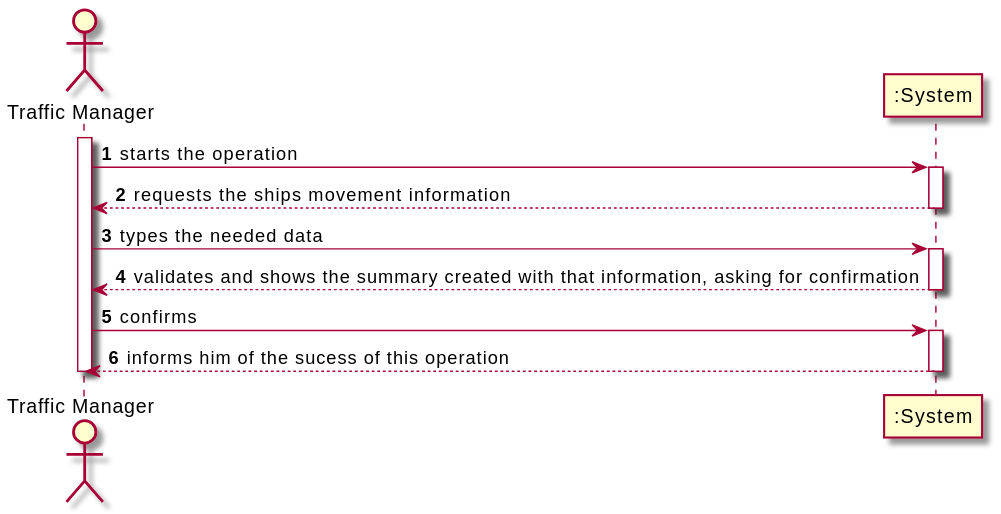
Above: docs/Sprint1/US104/US104-SSD.svg in Diogosadias/LEI_PI_SEM3 (PlantUML), before the change. Source of this version:
```plantuml
@startuml
autonumber
actor "Traffic Manager" as UNR

activate UNR
UNR -> ":System" : starts the operation
activate ":System"
":System" --> UNR : requests the ships movement information
deactivate ":System"


UNR -> ":System" : types the needed data
activate ":System"
":System" --> UNR : validates and shows the summary created with that information, asking for confirmation
deactivate ":System"

UNR -> ":System" : confirms
activate ":System"
":System" --> UNR : informs him of the sucess of this operation
deactivate ":System"

deactivate UNR
@enduml
```
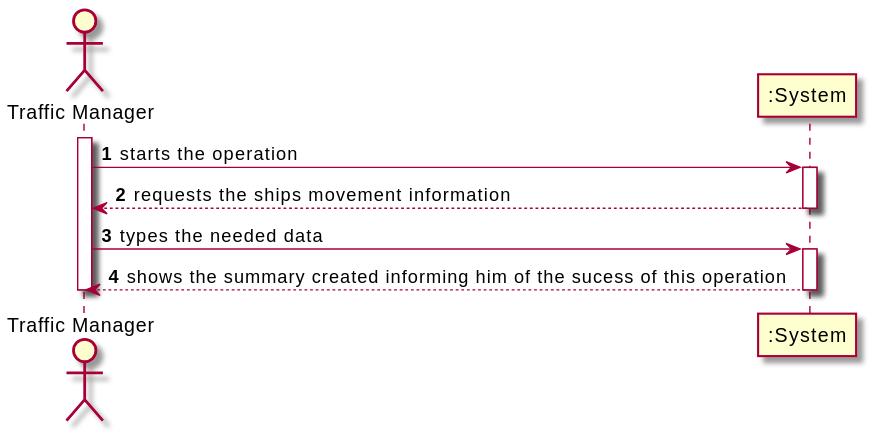
The same file after the commit.

Commit message:
LAP22G31-36 #comment SSD minor changes

What changed in the source:
```diff
@@ -11,12 +11,7 @@
 
 UNR -> ":System" : types the needed data
 activate ":System"
-":System" --> UNR : validates and shows the summary created with that information, asking for confirmation
-deactivate ":System"
-
-UNR -> ":System" : confirms
-activate ":System"
-":System" --> UNR : informs him of the sucess of this operation
+":System" --> UNR :shows the summary created informing him of the sucess of this operation
 deactivate ":System"
 
 deactivate UNR
```
